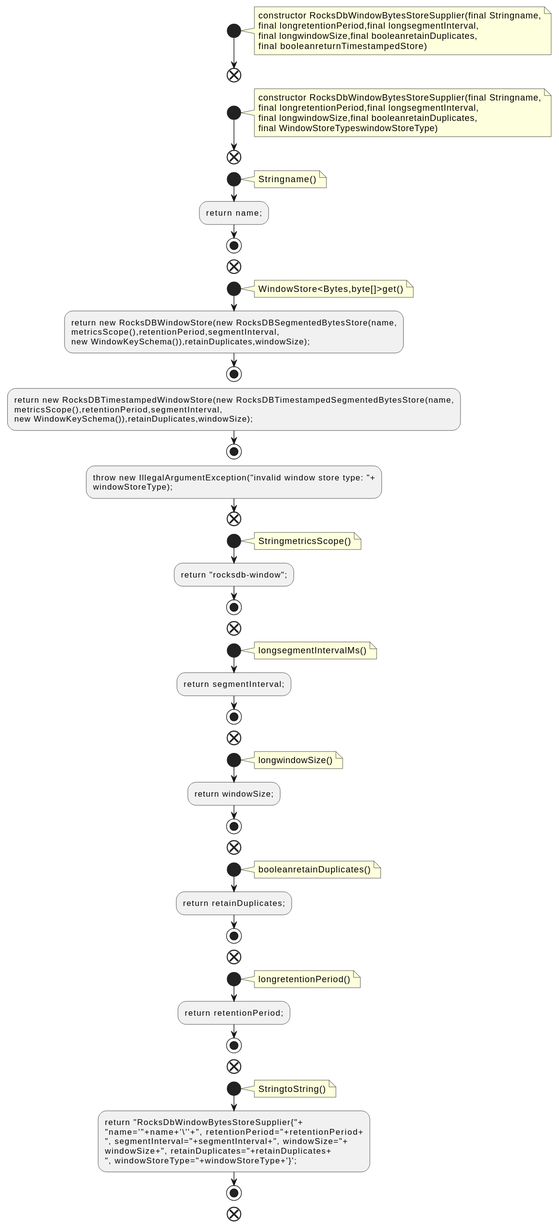
Above: docs/qc/streams/src/main/java/org/apache/kafka/streams/state/internals/RocksDbWindowBytesStoreSupplier.java.fct.svg in qualitesys/kafka (PlantUML), before the change.
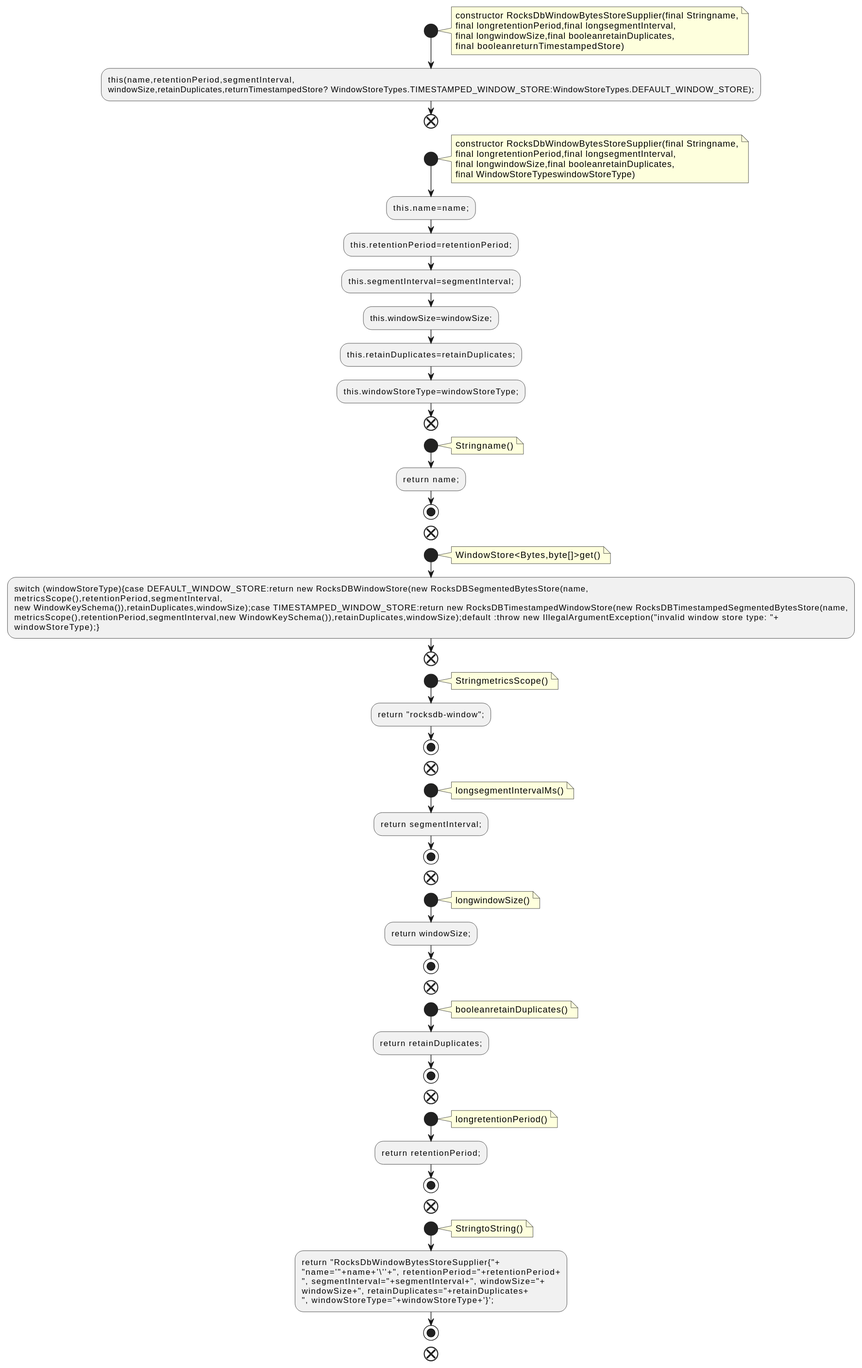
The same diagram one commit later.

Diff of the diagram source:
```diff
@@ -7,6 +7,8 @@
 final longwindowSize,final booleanretainDuplicates,
 final booleanreturnTimestampedStore)
 end note
+:this(name,retentionPeriod,segmentInterval,
+windowSize,retainDuplicates,returnTimestampedStore? WindowStoreTypes.TIMESTAMPED_WINDOW_STORE:WindowStoreTypes.DEFAULT_WINDOW_STORE);;
 end
 start
 note right
@@ -15,6 +17,12 @@
 final longwindowSize,final booleanretainDuplicates,
 final WindowStoreTypeswindowStoreType)
 end note
+:this.name=name;;
+:this.retentionPeriod=retentionPeriod;;
+:this.segmentInterval=segmentInterval;;
+:this.windowSize=windowSize;;
+:this.retainDuplicates=retainDuplicates;;
+:this.windowStoreType=windowStoreType;;
 end
 start
 note right
@@ -27,16 +35,11 @@
 note right
 WindowStore<Bytes,byte[]>get()
 end note
-:return new RocksDBWindowStore(new RocksDBSegmentedBytesStore(name,
+:switch (windowStoreType){case DEFAULT_WINDOW_STORE:return new RocksDBWindowStore(new RocksDBSegmentedBytesStore(name,
 metricsScope(),retentionPeriod,segmentInterval,
-new WindowKeySchema()),retainDuplicates,windowSize);;
-stop
-:return new RocksDBTimestampedWindowStore(new RocksDBTimestampedSegmentedBytesStore(name,
-metricsScope(),retentionPeriod,segmentInterval,
-new WindowKeySchema()),retainDuplicates,windowSize);;
-stop
-:throw new IllegalArgumentException("invalid window store type: "+
-windowStoreType);;
+new WindowKeySchema()),retainDuplicates,windowSize);case TIMESTAMPED_WINDOW_STORE:return new RocksDBTimestampedWindowStore(new RocksDBTimestampedSegmentedBytesStore(name,
+metricsScope(),retentionPeriod,segmentInterval,new WindowKeySchema()),retainDuplicates,windowSize);default :throw new IllegalArgumentException("invalid window store type: "+
+windowStoreType);};
 end
 start
 note right
```
